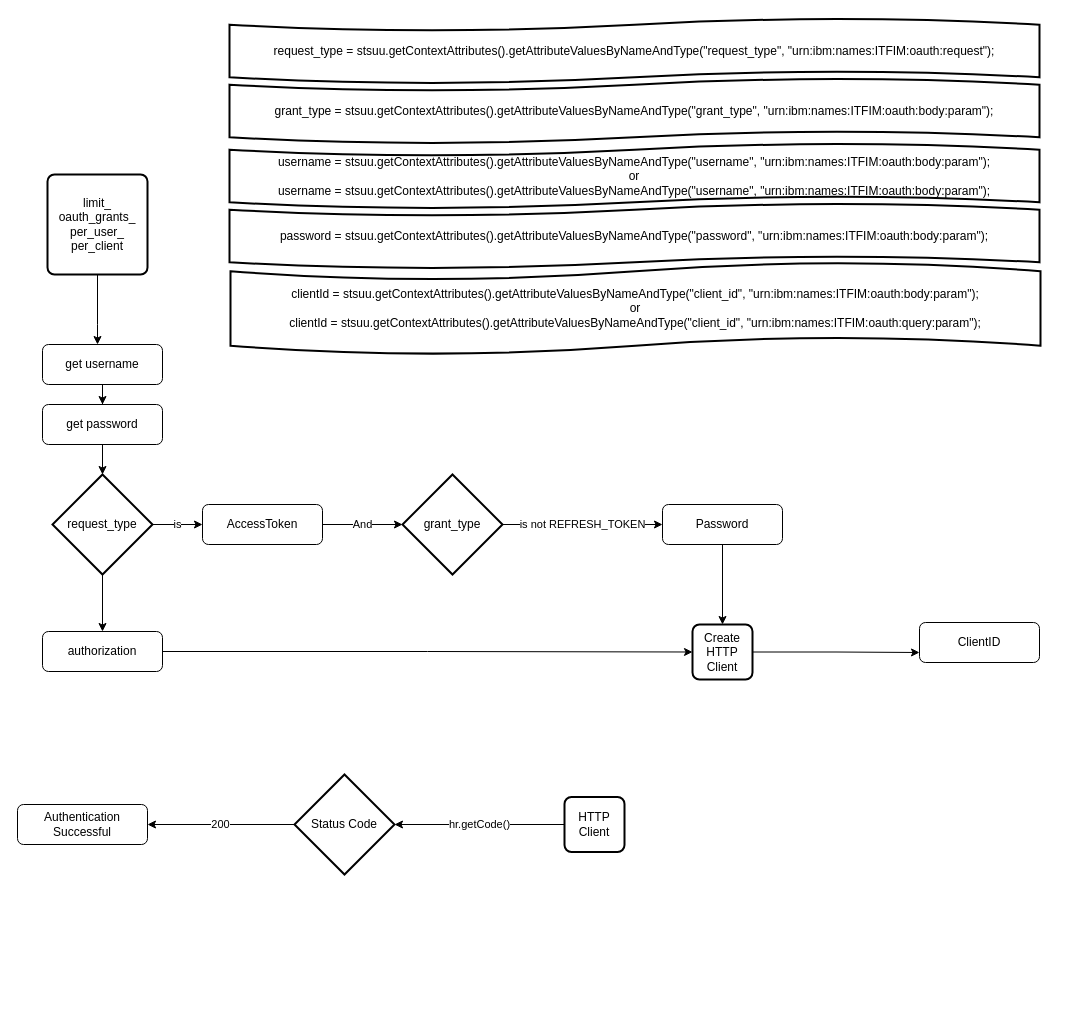
The draw.io diagram diagrams/limit_oauth_grants_per_user_per_client.drawio in jskbabu/sree-general, before the edit. Source tidied: cells renumbered, new cells numbered last; positions are measured from the earlier drawing's top-left corner, leaving out a move shared by most shapes. Both pictures are drawn from the tidied source at 100%, with x=0, y=0 at pixel (17, 18).
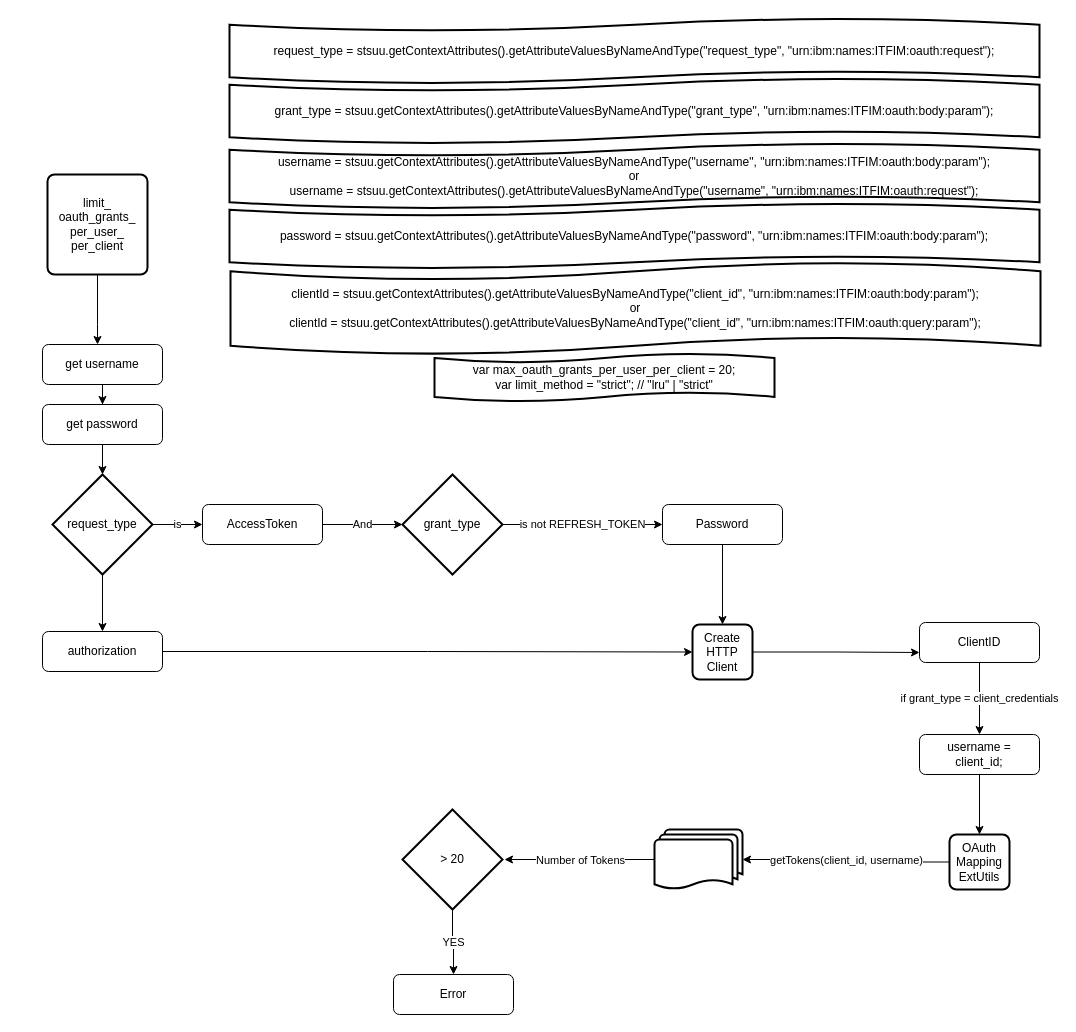
Above is the later version.

Unchanged cells that the change refers to:
```xml
<mxCell id="31" value="ClientID" style="rounded=1;whiteSpace=wrap;html=1;fontSize=12;glass=0;strokeWidth=1;shadow=0;" parent="1" vertex="1">
  <mxGeometry x="902" y="604" width="120" height="40" as="geometry" />
</mxCell>
```

What changed in the source:
```diff
@@
-    <mxCell id="16" value="Authentication Successful" style="rounded=1;whiteSpace=wrap;html=1;fontSize=12;glass=0;strokeWidth=1;shadow=0;" parent="1" vertex="1">
-      <mxGeometry y="786" width="130" height="40" as="geometry" />
-    </mxCell>
@@
-    <mxCell id="21" value="hr.getCode()" style="edgeStyle=orthogonalEdgeStyle;rounded=0;jettySize=auto;html=1;" parent="1" edge="1" source="22" target="24">
-      <mxGeometry relative="1" as="geometry" />
-    </mxCell>
-    <mxCell id="22" value="HTTP &lt;br&gt;Client" style="rounded=1;whiteSpace=wrap;html=1;absoluteArcSize=1;arcSize=14;strokeWidth=2;" parent="1" vertex="1">
-      <mxGeometry x="547" y="778.5" width="60" height="55" as="geometry" />
-    </mxCell>
-    <mxCell id="23" value="200" style="edgeStyle=orthogonalEdgeStyle;rounded=0;jettySize=auto;html=1;" parent="1" edge="1" source="24" target="16">
-      <mxGeometry relative="1" as="geometry" />
-    </mxCell>
-    <mxCell id="24" value="Status Code" style="strokeWidth=2;html=1;shape=mxgraph.flowchart.decision;whiteSpace=wrap;" parent="1" vertex="1">
-      <mxGeometry x="277" y="756" width="100" height="100" as="geometry" />
-    </mxCell>
@@
-    <mxCell id="27" value="username =&amp;nbsp;stsuu.getContextAttributes().getAttributeValuesByNameAndType(&quot;username&quot;, &quot;urn:ibm:names:ITFIM:oauth:body:param&quot;);&lt;br&gt;or&lt;br&gt;username =&amp;nbsp;stsuu.getContextAttributes().getAttributeValuesByNameAndType(&quot;username&quot;, &quot;urn:ibm:names:ITFIM:oauth:body:param&quot;);" style="shape=tape;whiteSpace=wrap;html=1;strokeWidth=2;size=0.19;" parent="1" vertex="1">
+    <mxCell id="27" value="username =&amp;nbsp;stsuu.getContextAttributes().getAttributeValuesByNameAndType(&quot;username&quot;, &quot;urn:ibm:names:ITFIM:oauth:body:param&quot;);&lt;br&gt;or&lt;br&gt;username =&amp;nbsp;stsuu.getContextAttributes().getAttributeValuesByNameAndType(&quot;username&quot;, &quot;urn:ibm:names:ITFIM:oauth:request&quot;);" style="shape=tape;whiteSpace=wrap;html=1;strokeWidth=2;size=0.19;" parent="1" vertex="1">
       <mxGeometry x="212" y="125" width="810" height="65" as="geometry" />
     </mxCell>
@@
+    <mxCell id="33" value="if grant_type =&amp;nbsp;client_credentials" style="edgeStyle=orthogonalEdgeStyle;rounded=0;jettySize=auto;html=1;" parent="1" edge="1" source="31">
+      <mxGeometry relative="1" as="geometry">
+        <mxPoint x="962" y="716" as="targetPoint" />
+      </mxGeometry>
+    </mxCell>
@@
+    <mxCell id="34" style="edgeStyle=orthogonalEdgeStyle;rounded=0;jettySize=auto;html=1;" parent="1" edge="1" source="35" target="37">
+      <mxGeometry relative="1" as="geometry" />
+    </mxCell>
+    <mxCell id="35" value="username = &lt;br&gt;client_id;" style="rounded=1;whiteSpace=wrap;html=1;fontSize=12;glass=0;strokeWidth=1;shadow=0;" parent="1" vertex="1">
+      <mxGeometry x="902" y="716" width="120" height="40" as="geometry" />
+    </mxCell>
+    <mxCell id="36" value="getTokens(client_id, username)" style="edgeStyle=orthogonalEdgeStyle;rounded=0;jettySize=auto;html=1;entryX=1;entryY=0.5;entryDx=0;entryDy=0;entryPerimeter=0;" parent="1" edge="1" source="37" target="39">
+      <mxGeometry relative="1" as="geometry" />
+    </mxCell>
+    <mxCell id="37" value="OAuth&lt;br&gt;Mapping&lt;br&gt;ExtUtils" style="rounded=1;whiteSpace=wrap;html=1;absoluteArcSize=1;arcSize=14;strokeWidth=2;" parent="1" vertex="1">
+      <mxGeometry x="932" y="816" width="60" height="55" as="geometry" />
+    </mxCell>
+    <mxCell id="38" value="Number of Tokens" style="edgeStyle=orthogonalEdgeStyle;rounded=0;jettySize=auto;html=1;" parent="1" edge="1" source="39">
+      <mxGeometry relative="1" as="geometry">
+        <mxPoint x="487" y="841" as="targetPoint" />
+      </mxGeometry>
+    </mxCell>
+    <mxCell id="39" style="strokeWidth=2;html=1;shape=mxgraph.flowchart.multi-document;whiteSpace=wrap;" parent="1" vertex="1">
+      <mxGeometry x="637" y="811" width="88" height="60" as="geometry" />
+    </mxCell>
+    <mxCell id="40" value="&lt;div&gt;var max_oauth_grants_per_user_per_client = 20;&lt;/div&gt;&lt;div&gt;var limit_method = &quot;strict&quot;; // &quot;lru&quot; | &quot;strict&quot;&lt;/div&gt;" style="shape=tape;whiteSpace=wrap;html=1;strokeWidth=2;size=0.19;" parent="1" vertex="1">
+      <mxGeometry x="417" y="335" width="340" height="48" as="geometry" />
+    </mxCell>
+    <mxCell id="41" value="YES" style="edgeStyle=orthogonalEdgeStyle;rounded=0;jettySize=auto;html=1;" parent="1" edge="1" source="42" target="43">
+      <mxGeometry relative="1" as="geometry" />
+    </mxCell>
+    <mxCell id="42" value="&amp;gt; 20" style="strokeWidth=2;html=1;shape=mxgraph.flowchart.decision;whiteSpace=wrap;" parent="1" vertex="1">
+      <mxGeometry x="385" y="791" width="100" height="100" as="geometry" />
+    </mxCell>
+    <mxCell id="43" value="Error" style="rounded=1;whiteSpace=wrap;html=1;fontSize=12;glass=0;strokeWidth=1;shadow=0;" parent="1" vertex="1">
+      <mxGeometry x="376" y="956" width="120" height="40" as="geometry" />
+    </mxCell>
```
